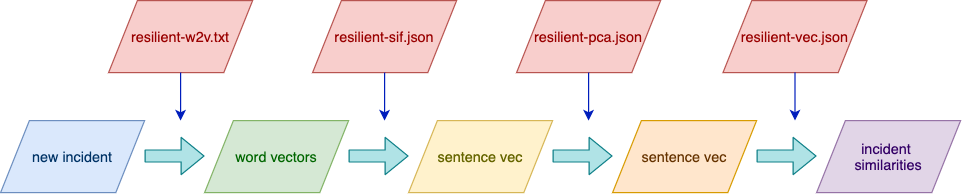
Above: fn_resilient_ml/doc/images/NLP_search_dataflow.png in ibmresilient/resilient-community-apps (draw.io), before the change. Source tidied: cells renumbered, new cells last; positions are measured from the earlier drawing's top-left corner, leaving out a move shared by most shapes.
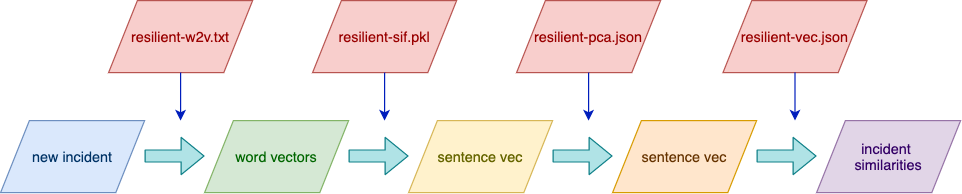
The same diagram one commit later.

Change to the diagram source:
```diff
@@ -25,7 +25,7 @@
     <mxCell id="7" value="sentence vec" style="shape=parallelogram;perimeter=parallelogramPerimeter;whiteSpace=wrap;html=1;fillColor=#fff2cc;strokeColor=#d6b656;fontColor=#666600;" parent="1" vertex="1">
       <mxGeometry x="340" y="100" width="120" height="60" as="geometry" />
     </mxCell>
-    <mxCell id="8" value="resilient-sif.json" style="shape=parallelogram;perimeter=parallelogramPerimeter;whiteSpace=wrap;html=1;fillColor=#f8cecc;strokeColor=#b85450;fontColor=#990000;" parent="1" vertex="1">
+    <mxCell id="8" value="resilient-sif.pkl" style="shape=parallelogram;perimeter=parallelogramPerimeter;whiteSpace=wrap;html=1;fillColor=#f8cecc;strokeColor=#b85450;fontColor=#990000;" parent="1" vertex="1">
       <mxGeometry x="260" width="120" height="60" as="geometry" />
     </mxCell>
     <mxCell id="9" style="endArrow=classic;html=1;fontColor=#990000;exitX=0.5;exitY=1;exitDx=0;exitDy=0;fillColor=#0050ef;strokeColor=#001DBC;" parent="1" edge="1" source="8">
```
